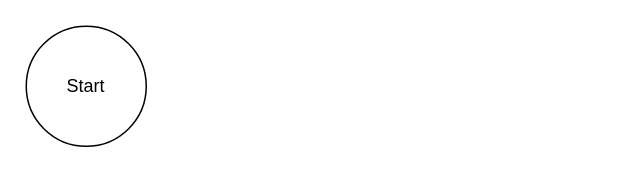
This is processors/targets/java/process.drawio from Nasdanika-Models/function-flow, a draw.io file, before an edit. Source tidied: cells renumbered, new cells numbered last; positions are measured from the earlier drawing's top-left corner, leaving out a move shared by most shapes. Both pictures are drawn from the tidied source at 150%, with x=0, y=0 at pixel (26, 26).
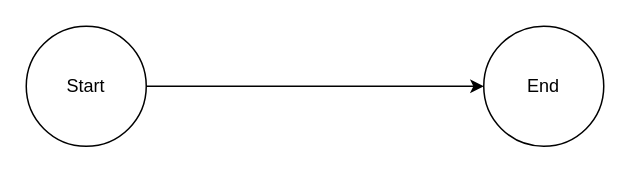
The same page after the edit.

Diff of the diagram source:
```diff
@@
 <mxGraphModel>
   <root>
     <mxCell id="0" />
     <mxCell id="1" parent="0" />
+    <mxCell id="3" style="edgeStyle=orthogonalEdgeStyle;rounded=0;jettySize=auto;html=1;" parent="1" edge="1" source="2" target="4">
+      <mxGeometry relative="1" as="geometry" />
+    </mxCell>
     <mxCell id="2" value="Start" style="ellipse;whiteSpace=wrap;html=1;" parent="1" vertex="1">
       <mxGeometry width="80" height="80" as="geometry" />
     </mxCell>
+    <mxCell id="4" value="End" style="ellipse;whiteSpace=wrap;html=1;" parent="1" vertex="1">
+      <mxGeometry x="305" width="80" height="80" as="geometry" />
+    </mxCell>
   </root>
 </mxGraphModel>
```
